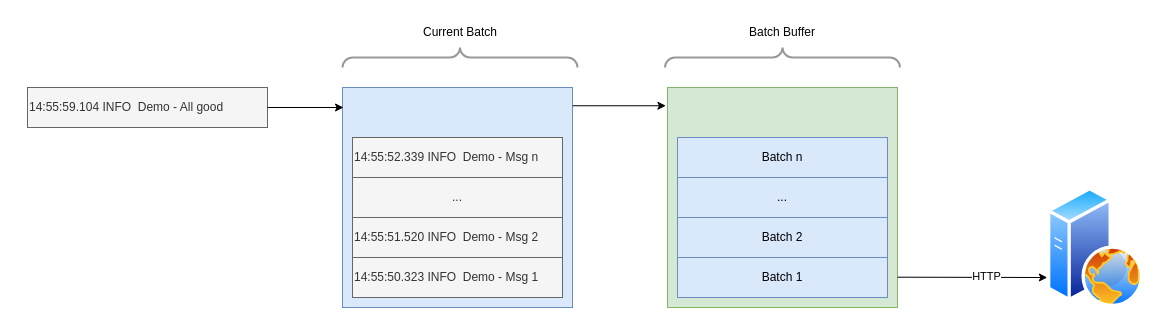
Above: doc/diagrams/AsyncHttpAppenderArchitecture.drawio in mlangc/more-log4j2 (draw.io), before the change. Source tidied: cells renumbered, new cells numbered last; positions are measured from the earlier drawing's top-left corner, leaving out a move shared by most shapes. Both pictures are drawn from the tidied source at 100%, with x=0, y=0 at pixel (27, 17).
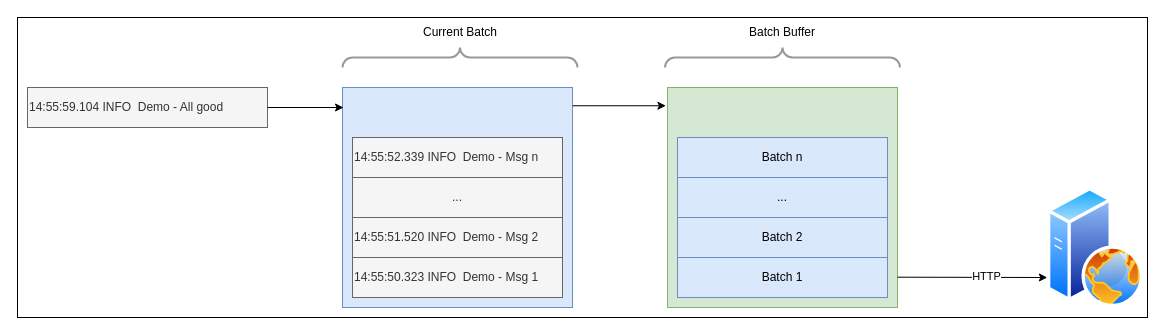
The same page after the edit.

Diff of the diagram source:
```diff
@@
+    <mxCell id="22" style="rounded=0;whiteSpace=wrap;html=1;" parent="1" vertex="1">
+      <mxGeometry x="-10" width="1130" height="300" as="geometry" />
+    </mxCell>
```
